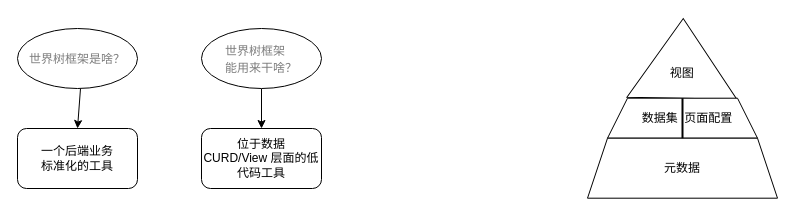
Before: page "Ygg Base" (7 of 7) of 结构分析.drawio in uiosun/diagrams, a draw.io diagram. Source tidied: cells renumbered, new cells numbered last; positions are measured from the earlier drawing's top-left corner, leaving out a move shared by most shapes. Both pictures are drawn from the tidied source at 100%, with x=0, y=0 at pixel (17, 18).
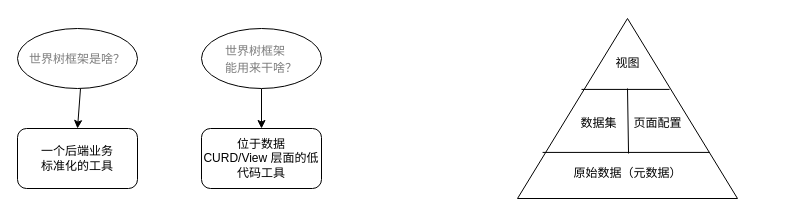
The same page after the edit.

Diff of the diagram source:
```diff
@@
 <mxGraphModel>
   <root>
     <mxCell id="0" />
     <mxCell id="1" parent="0" />
     <mxCell id="2" style="edgeStyle=none;rounded=1;jettySize=auto;html=1;fontSize=12;fontColor=#7D7D7D;endArrow=classic;endFill=1;elbow=vertical;strokeColor=#000000;" parent="1" edge="1" source="3" target="4">
       <mxGeometry relative="1" as="geometry" />
     </mxCell>
     <mxCell id="3" value="&lt;span style=&quot;text-align: left;&quot;&gt;&lt;font style=&quot;font-size: 12px;&quot;&gt;世界树框架是啥？&lt;/font&gt;&lt;/span&gt;" style="ellipse;whiteSpace=wrap;html=1;fontSize=14;fontColor=#7D7D7D;strokeColor=#000000;" parent="1" vertex="1">
       <mxGeometry y="10" width="120" height="60" as="geometry" />
     </mxCell>
     <mxCell id="4" value="&lt;font color=&quot;#000000&quot;&gt;一个后端业务&lt;br&gt;标准化的工具&lt;/font&gt;" style="rounded=1;whiteSpace=wrap;html=1;fontSize=12;fontColor=#7D7D7D;strokeColor=#000000;" parent="1" vertex="1">
       <mxGeometry y="110" width="120" height="60" as="geometry" />
     </mxCell>
     <mxCell id="5" style="edgeStyle=none;rounded=1;jettySize=auto;html=1;fontSize=12;fontColor=#7D7D7D;endArrow=classic;endFill=1;elbow=vertical;strokeColor=#000000;" parent="1" edge="1" source="6" target="7">
       <mxGeometry relative="1" as="geometry" />
     </mxCell>
     <mxCell id="6" value="&lt;div style=&quot;text-align: left;&quot;&gt;&lt;span style=&quot;background-color: initial; font-size: 12px;&quot;&gt;世界树框架&lt;br&gt;能用来干啥？&lt;/span&gt;&lt;/div&gt;" style="ellipse;whiteSpace=wrap;html=1;fontSize=14;fontColor=#7D7D7D;strokeColor=#000000;" parent="1" vertex="1">
       <mxGeometry x="184" y="10" width="120" height="60" as="geometry" />
     </mxCell>
     <mxCell id="7" value="&lt;font color=&quot;#000000&quot;&gt;位于数据&lt;br&gt;CURD/View&amp;nbsp;层面的低代码工具&lt;/font&gt;" style="rounded=1;whiteSpace=wrap;html=1;fontSize=12;fontColor=#7D7D7D;strokeColor=#000000;" parent="1" vertex="1">
       <mxGeometry x="184" y="110" width="120" height="60" as="geometry" />
     </mxCell>
+    <mxCell id="12" style="group;" parent="1" vertex="1">
+      <mxGeometry x="500" width="220" height="180" as="geometry" />
+    </mxCell>
+    <mxCell id="13" style="triangle;whiteSpace=wrap;html=1;direction=north;" parent="12" vertex="1">
+      <mxGeometry width="220" height="180" as="geometry" />
+    </mxCell>
-    <mxCell id="8" value="&lt;br&gt;&lt;br&gt;视图" style="triangle;whiteSpace=wrap;html=1;rotation=1;direction=north;" parent="1" vertex="1">
-      <mxGeometry x="610.1" width="109.9" height="79.7" as="geometry" />
+    <mxCell id="8" value="&lt;span style=&quot;background-color: rgb(255, 255, 255);&quot;&gt;视图&lt;/span&gt;" style="text;html=1;align=center;verticalAlign=middle;strokeColor=none;fillColor=none;" parent="12" vertex="1">
+      <mxGeometry x="85" y="30" width="50" height="30" as="geometry" />
     </mxCell>
-    <mxCell id="9" value="&amp;nbsp; &amp;nbsp;数据集&amp;nbsp;&lt;b&gt;&amp;nbsp;&lt;/b&gt;页面配置" style="shape=trapezoid;perimeter=trapezoidPerimeter;whiteSpace=wrap;html=1;fixedSize=1;" parent="1" vertex="1">
-      <mxGeometry x="590" y="79.7" width="150" height="40" as="geometry" />
-    </mxCell>
-    <mxCell id="10" value="元数据" style="shape=trapezoid;perimeter=trapezoidPerimeter;whiteSpace=wrap;html=1;fixedSize=1;" parent="1" vertex="1">
-      <mxGeometry x="570" y="119.7" width="190" height="60" as="geometry" />
-    </mxCell>
-    <mxCell id="11" style="endArrow=none;html=1;strokeWidth=2;rounded=0;curved=1;elbow=vertical;entryX=0.5;entryY=0;entryDx=0;entryDy=0;exitX=0.5;exitY=1;exitDx=0;exitDy=0;" parent="1" edge="1" source="9" target="9">
-      <mxGeometry relative="1" as="geometry" />
-    </mxCell>
+    <mxCell id="14" value="&lt;span style=&quot;&quot;&gt;数据集&lt;/span&gt;" style="text;html=1;align=center;verticalAlign=middle;strokeColor=none;fillColor=none;" parent="12" vertex="1">
+      <mxGeometry x="51" y="90" width="60" height="30" as="geometry" />
+    </mxCell>
+    <mxCell id="15" value="页面配置" style="text;html=1;align=center;verticalAlign=middle;strokeColor=none;fillColor=none;" parent="12" vertex="1">
+      <mxGeometry x="105" y="90" width="70" height="30" as="geometry" />
+    </mxCell>
+    <mxCell id="16" value="原始数据（元数据）" style="text;html=1;align=center;verticalAlign=middle;points=[];strokeColor=none;fillColor=none;" parent="12" vertex="1">
+      <mxGeometry x="45" y="140" width="130" height="30" as="geometry" />
+    </mxCell>
+    <mxCell id="17" style="endArrow=none;html=1;rounded=0;entryX=0.256;entryY=0.873;entryDx=0;entryDy=0;entryPerimeter=0;exitX=0.256;exitY=0.114;exitDx=0;exitDy=0;exitPerimeter=0;" parent="12" edge="1" source="13" target="13">
+      <mxGeometry relative="1" as="geometry" />
+    </mxCell>
+    <mxCell id="18" style="endArrow=none;html=1;rounded=0;entryX=0.606;entryY=0.691;entryDx=0;entryDy=0;entryPerimeter=0;exitX=0.606;exitY=0.291;exitDx=0;exitDy=0;exitPerimeter=0;" parent="12" edge="1" source="13" target="13">
+      <mxGeometry relative="1" as="geometry" />
+    </mxCell>
+    <mxCell id="19" style="endArrow=none;html=1;rounded=0;exitX=0.508;exitY=-0.167;exitDx=0;exitDy=0;exitPerimeter=0;" parent="12" edge="1" source="16">
+      <mxGeometry relative="1" as="geometry">
+        <mxPoint x="110" y="70" as="targetPoint" />
+      </mxGeometry>
+    </mxCell>
   </root>
 </mxGraphModel>
```
